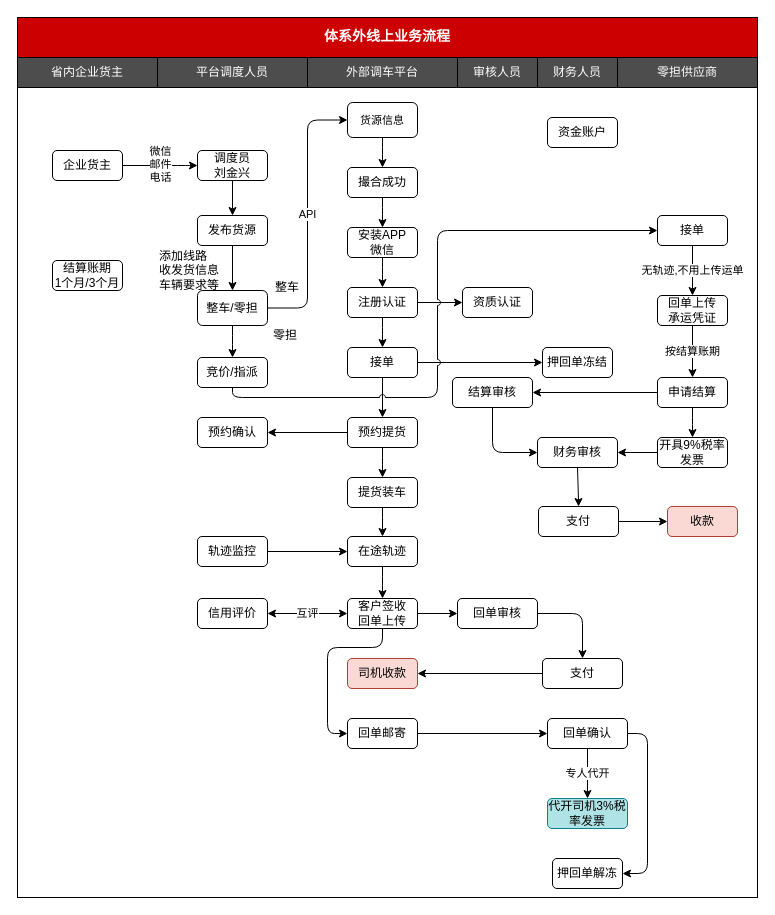
The draw.io diagram 体系外线上业务流程.drawio in chenyibang/rdpwrap, before the edit. Source tidied: cells renumbered, new cells numbered last; positions are measured from the earlier drawing's top-left corner, leaving out a move shared by most shapes. Both pictures are drawn from the tidied source at 100%, with x=0, y=0 at pixel (17, 17).
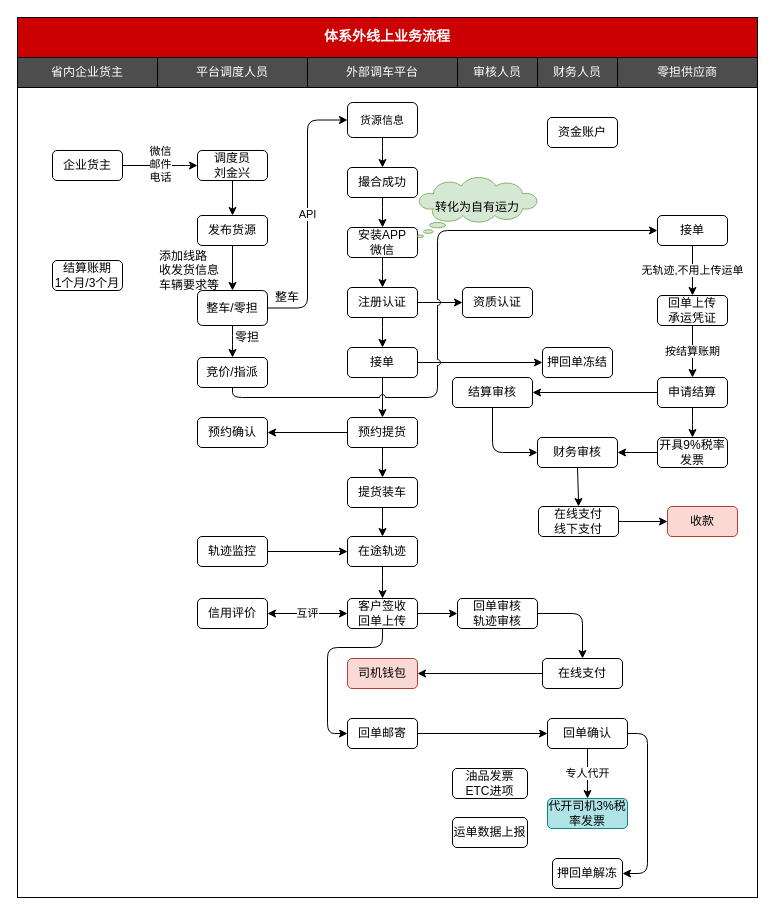
Above is the later version.

Commit message (it also covers changes not shown here):
更新体系外线上业务流程.drawio

What changed in the source:
```diff
@@
-    <mxCell id="35" value="回单审核" style="rounded=1;whiteSpace=wrap;html=1;" parent="1" vertex="1">
+    <mxCell id="35" value="回单审核&lt;br&gt;轨迹审核" style="rounded=1;whiteSpace=wrap;html=1;" parent="1" vertex="1">
       <mxGeometry x="440" y="581" width="80" height="30" as="geometry" />
     </mxCell>
-    <mxCell id="36" value="司机收款" style="rounded=1;whiteSpace=wrap;html=1;fillColor=#fad9d5;strokeColor=#ae4132;" parent="1" vertex="1">
+    <mxCell id="36" value="司机钱包" style="rounded=1;whiteSpace=wrap;html=1;fillColor=#fad9d5;strokeColor=#ae4132;" parent="1" vertex="1">
       <mxGeometry x="330" y="641" width="70" height="30" as="geometry" />
     </mxCell>
@@
     <mxCell id="47" value="整车" style="text;html=1;strokeColor=none;fillColor=none;align=center;verticalAlign=middle;whiteSpace=wrap;rounded=0;" parent="1" vertex="1">
-      <mxGeometry x="250" y="260" width="40" height="20" as="geometry" />
+      <mxGeometry x="250" y="270" width="40" height="20" as="geometry" />
     </mxCell>
@@
-    <mxCell id="65" value="支付" style="rounded=1;whiteSpace=wrap;html=1;" parent="1" vertex="1">
+    <mxCell id="65" value="在线支付" style="rounded=1;whiteSpace=wrap;html=1;" parent="1" vertex="1">
       <mxGeometry x="525" y="641" width="80" height="30" as="geometry" />
     </mxCell>
@@
     <mxCell id="71" value="零担" style="text;html=1;strokeColor=none;fillColor=none;align=center;verticalAlign=middle;whiteSpace=wrap;rounded=0;" parent="1" vertex="1">
-      <mxGeometry x="248" y="308" width="40" height="20" as="geometry" />
+      <mxGeometry x="210" y="310" width="40" height="20" as="geometry" />
     </mxCell>
@@
-    <mxCell id="80" value="支付" style="rounded=1;whiteSpace=wrap;html=1;" parent="1" vertex="1">
+    <mxCell id="80" value="在线支付&lt;br&gt;线下支付" style="rounded=1;whiteSpace=wrap;html=1;" parent="1" vertex="1">
       <mxGeometry x="521" y="489" width="80" height="30" as="geometry" />
     </mxCell>
@@
+    <mxCell id="83" value="转化为自有运力" style="whiteSpace=wrap;html=1;shape=mxgraph.basic.cloud_callout;fillColor=#d5e8d4;strokeColor=#82b366;" parent="1" vertex="1">
+      <mxGeometry x="400" y="160" width="120" height="60" as="geometry" />
+    </mxCell>
+    <mxCell id="84" value="油品发票&lt;br&gt;ETC进项" style="rounded=1;whiteSpace=wrap;html=1;" parent="1" vertex="1">
+      <mxGeometry x="435" y="751" width="75" height="30" as="geometry" />
+    </mxCell>
+    <mxCell id="85" value="运单数据上报" style="rounded=1;whiteSpace=wrap;html=1;" parent="1" vertex="1">
+      <mxGeometry x="435" y="800" width="75" height="30" as="geometry" />
+    </mxCell>
```
